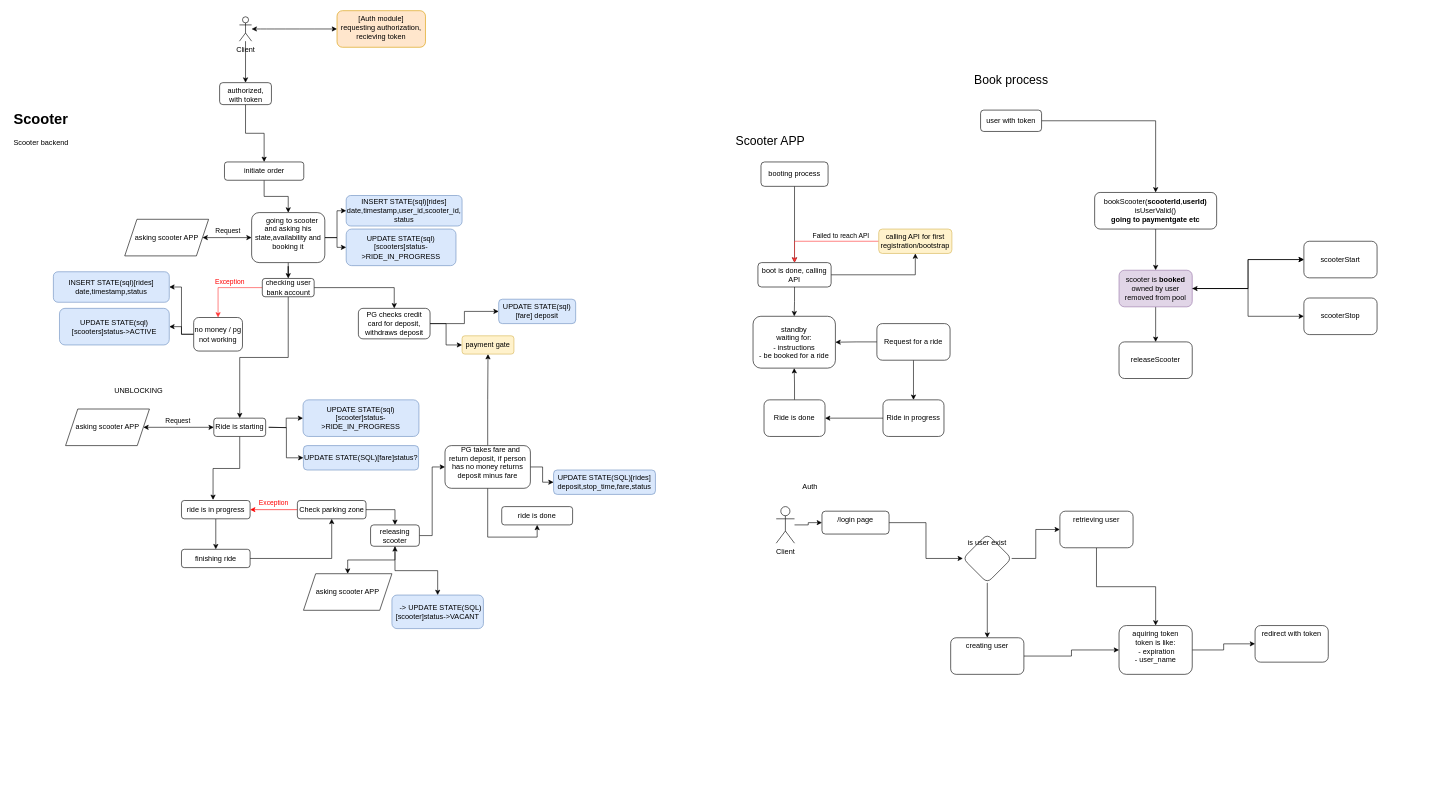
Earlier version of the draw.io diagram e-scooter[flows].drawio (integer00/diagrams). Source tidied: cells renumbered, new cells numbered last; positions are measured from the earlier drawing's top-left corner, leaving out a move shared by most shapes. Both pictures are drawn from the tidied source at 61%, with x=0, y=0 at pixel (10, 10).
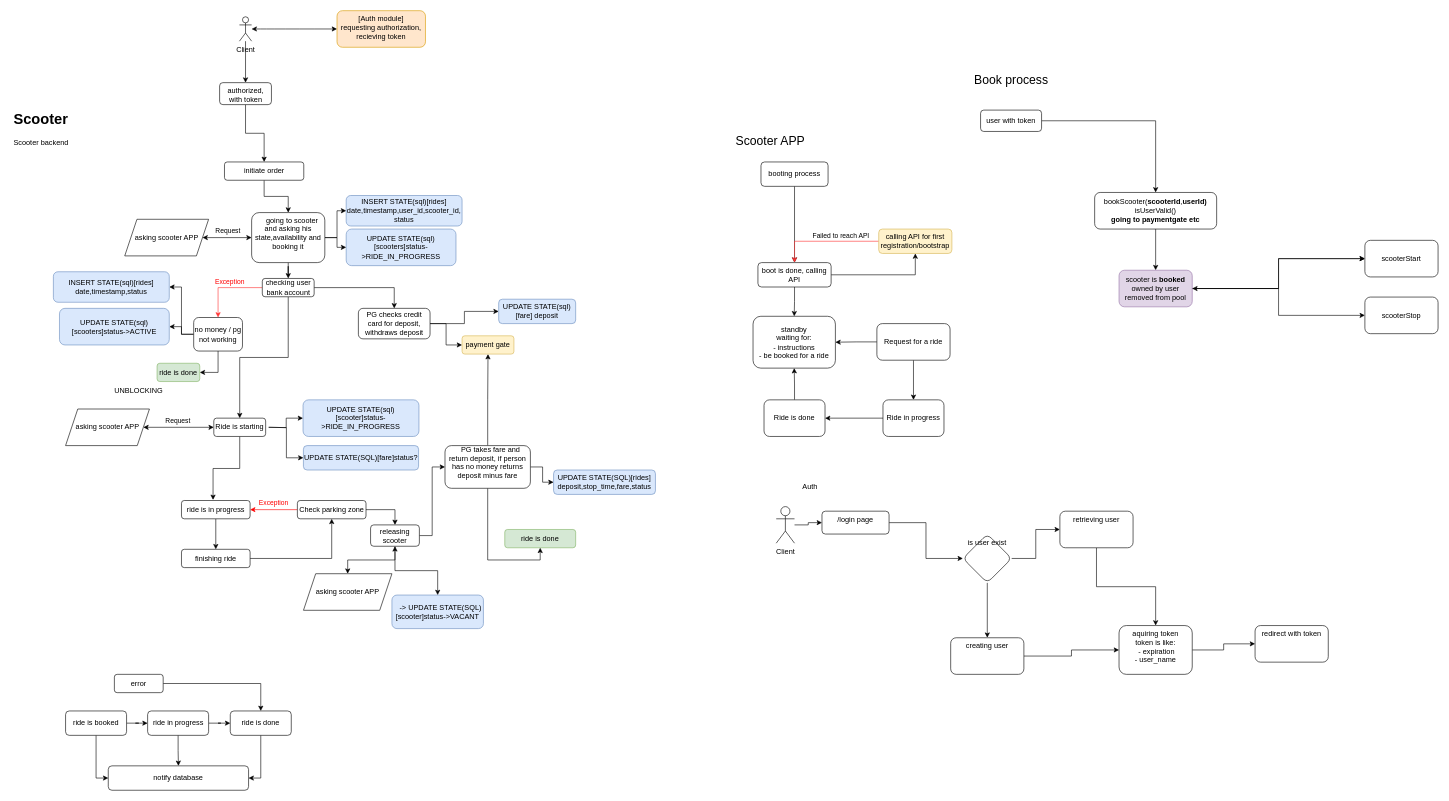
Above is the later version.

The change refers to these unchanged cells:
```xml
<mxCell id="42" value="no money / pg not working" style="rounded=1;whiteSpace=wrap;html=1;" parent="1" vertex="1">
  <mxGeometry x="300" y="503" width="80" height="55" as="geometry" />
</mxCell>
<mxCell id="88" value="scooter is &lt;b&gt;booked&lt;/b&gt;&lt;br&gt;owned by user&lt;br&gt;removed from pool" style="rounded=1;whiteSpace=wrap;html=1;fillColor=#e1d5e7;strokeColor=#9673a6;" parent="1" vertex="1">
  <mxGeometry x="1817" y="425.5" width="120" height="60" as="geometry" />
</mxCell>
```

Change to the diagram source:
```diff
@@
-    <mxCell id="14" value="ride is done" style="rounded=1;whiteSpace=wrap;html=1;" parent="1" vertex="1">
-      <mxGeometry x="805" y="813" width="116.2" height="30" as="geometry" />
+    <mxCell id="14" value="ride is done" style="rounded=1;whiteSpace=wrap;html=1;fillColor=#d5e8d4;strokeColor=#82b366;" parent="1" vertex="1">
+      <mxGeometry x="810" y="850.5" width="116.2" height="30" as="geometry" />
     </mxCell>
@@
+    <mxCell id="109" style="edgeStyle=orthogonalEdgeStyle;rounded=0;jettySize=auto;html=1;entryX=1;entryY=0.5;entryDx=0;entryDy=0;" parent="1" edge="1" source="42" target="110">
+      <mxGeometry relative="1" as="geometry" />
+    </mxCell>
@@
-    <mxCell id="85" style="edgeStyle=orthogonalEdgeStyle;rounded=0;jettySize=auto;html=1;" parent="1" edge="1" source="88" target="89">
-      <mxGeometry relative="1" as="geometry" />
-    </mxCell>
@@
-    <mxCell id="89" value="releaseScooter" style="rounded=1;whiteSpace=wrap;html=1;" parent="1" vertex="1">
-      <mxGeometry x="1817" y="543" width="120" height="60" as="geometry" />
-    </mxCell>
     <mxCell id="90" value="scooterStart" style="rounded=1;whiteSpace=wrap;html=1;" parent="1" vertex="1">
-      <mxGeometry x="2120" y="378" width="120" height="60" as="geometry" />
+      <mxGeometry x="2220" y="376.5" width="120" height="60" as="geometry" />
     </mxCell>
@@
     <mxCell id="92" value="scooterStop" style="rounded=1;whiteSpace=wrap;html=1;" parent="1" vertex="1">
-      <mxGeometry x="2120" y="471" width="120" height="60" as="geometry" />
+      <mxGeometry x="2220" y="469.5" width="120" height="60" as="geometry" />
     </mxCell>
@@
+    <mxCell id="110" value="ride is done" style="rounded=1;whiteSpace=wrap;html=1;fillColor=#d5e8d4;strokeColor=#82b366;" parent="1" vertex="1">
+      <mxGeometry x="240" y="578" width="70" height="30" as="geometry" />
+    </mxCell>
+    <mxCell id="111" style="edgeStyle=orthogonalEdgeStyle;rounded=0;jettySize=auto;html=1;entryX=1;entryY=0.5;entryDx=0;entryDy=0;" parent="1" edge="1" source="112" target="113">
+      <mxGeometry relative="1" as="geometry" />
+    </mxCell>
+    <mxCell id="112" value="ride is done" style="rounded=1;whiteSpace=wrap;html=1;" parent="1" vertex="1">
+      <mxGeometry x="360" y="1148" width="100" height="40" as="geometry" />
+    </mxCell>
+    <mxCell id="113" value="notify database" style="rounded=1;whiteSpace=wrap;html=1;" parent="1" vertex="1">
+      <mxGeometry x="160" y="1238" width="230" height="40" as="geometry" />
+    </mxCell>
+    <mxCell id="114" style="edgeStyle=orthogonalEdgeStyle;rounded=0;jettySize=auto;html=1;" parent="1" edge="1" source="116" target="112">
+      <mxGeometry relative="1" as="geometry" />
+    </mxCell>
+    <mxCell id="115" style="edgeStyle=orthogonalEdgeStyle;rounded=0;jettySize=auto;html=1;" parent="1" edge="1" source="116" target="113">
+      <mxGeometry relative="1" as="geometry" />
+    </mxCell>
+    <mxCell id="116" value="ride in progress" style="rounded=1;whiteSpace=wrap;html=1;" parent="1" vertex="1">
+      <mxGeometry x="224.5" y="1148" width="100" height="40" as="geometry" />
+    </mxCell>
+    <mxCell id="117" style="edgeStyle=orthogonalEdgeStyle;rounded=0;jettySize=auto;html=1;" parent="1" edge="1" source="119" target="116">
+      <mxGeometry relative="1" as="geometry" />
+    </mxCell>
+    <mxCell id="118" style="edgeStyle=orthogonalEdgeStyle;rounded=0;jettySize=auto;html=1;entryX=0;entryY=0.5;entryDx=0;entryDy=0;" parent="1" edge="1" source="119" target="113">
+      <mxGeometry relative="1" as="geometry" />
+    </mxCell>
+    <mxCell id="119" value="ride is booked" style="rounded=1;whiteSpace=wrap;html=1;" parent="1" vertex="1">
+      <mxGeometry x="90" y="1148" width="100" height="40" as="geometry" />
+    </mxCell>
+    <mxCell id="120" style="edgeStyle=orthogonalEdgeStyle;rounded=0;jettySize=auto;html=1;" parent="1" edge="1" source="121" target="112">
+      <mxGeometry relative="1" as="geometry" />
+    </mxCell>
+    <mxCell id="121" value="error" style="rounded=1;whiteSpace=wrap;html=1;" parent="1" vertex="1">
+      <mxGeometry x="170" y="1088" width="80" height="30" as="geometry" />
+    </mxCell>
```
